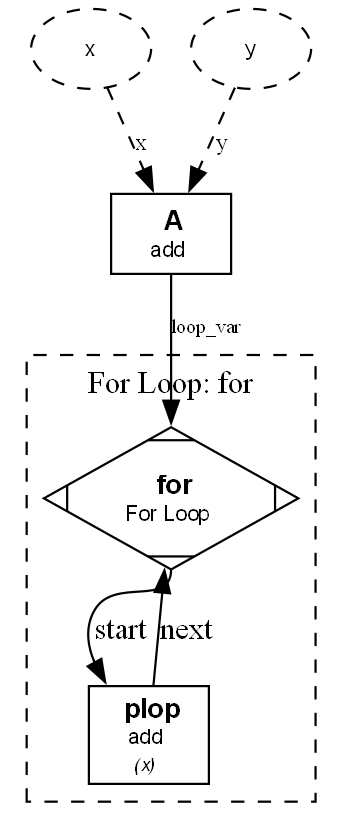
Above: examples/pipeline_example for/pipeline_example_for.png in centralelyon/pipeoptz (Graphviz), before the change. Its source is kept beside it as examples/pipeline_example for/pipeline_example_for.dot.
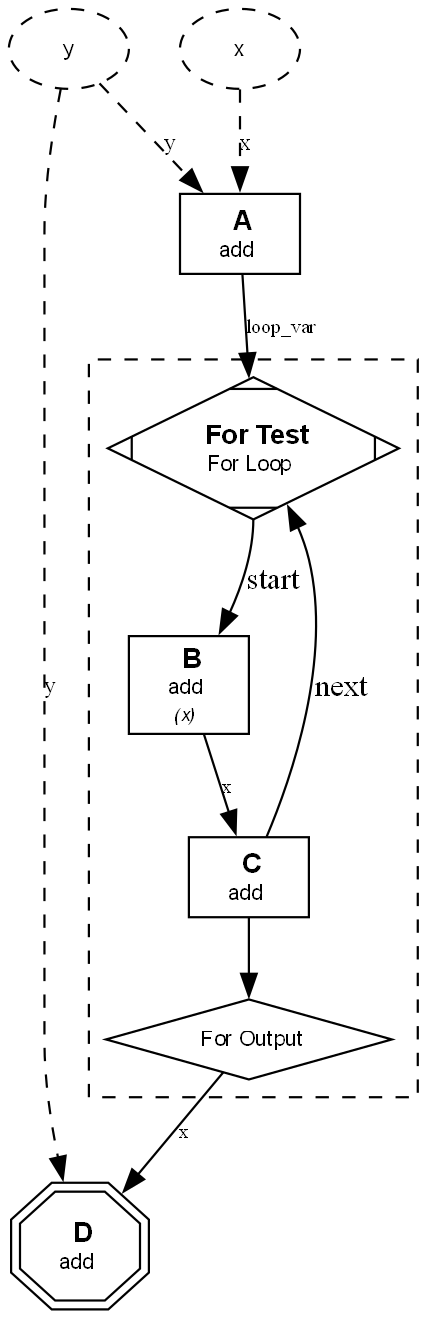
Above is the later version.

Change to the diagram source:
```diff
@@ -2,25 +2,31 @@
   rankdir=TB;
   node [fontsize=12 fontname="Helvetica"];
   "A" [shape=box, label=< <B>A</B><BR/><FONT POINT-SIZE="10">add</FONT> >];
-  subgraph cluster_For Test {
+  subgraph cluster_For_Test {
     style=dashed;
-    label="For Loop: For Test";
-    "For Test" [shape=Mdiamond, label=< <B>For Test</B><BR/><FONT POINT-SIZE="10">For Loop</FONT> >];
+    "For_Test" [shape=Mdiamond, label=< <B>For Test</B><BR/><FONT POINT-SIZE="10">For Loop</FONT> >];
 subgraph Pipeline {
   rankdir=TB;
   node [fontsize=12 fontname="Helvetica"];
-  "For Test_L_B" [shape=box, label=< <B>B</B><BR/><FONT POINT-SIZE="10">add</FONT> <BR/><FONT POINT-SIZE="8"><I>(x)</I></FONT> >];
-  "For Test_L_C" [shape=box, label=< <B>C</B><BR/><FONT POINT-SIZE="10">add</FONT> >];
-  "For Test_L_B" -> "For Test_L_C" [label="x", fontsize=9];
+  "For_Test_L_B" [shape=box, label=< <B>B</B><BR/><FONT POINT-SIZE="10">add</FONT> <BR/><FONT POINT-SIZE="8"><I>(x)</I></FONT> >];
+  "For_Test_L_C" [shape=box, label=< <B>C</B><BR/><FONT POINT-SIZE="10">add</FONT> >];
+  "For_Test_L_B" -> "For_Test_L_C" [label="x", fontsize=9];
 }
-    "For Test" -> "For Test_L_B" [label="start", tailport=s];
-    "For Test_L_C" -> "For Test" [label="next"];
+    "For_Test" -> "For_Test_L_B" [label="start", tailport=s];
+    "For_Test_L_C" -> "For_Test" [label="next"];
+    "For_Test_output" [shape=diamond, label=< <FONT POINT-SIZE="10"> For Output</FONT> >];
+    "For_Test_L_C" -> "For_Test_output";
   }
+  "D" [shape=doubleoctagon, label=< <B>D</B><BR/><FONT POINT-SIZE="10">add</FONT> >];
   { rank=source; "params_x"; }
   "params_x" [shape=ellipse, style=dashed, label=< <FONT POINT-SIZE="10">x</FONT> >];
   "params_x" -> "A" [label="x", fontsize=10, style=dashed];
   { rank=source; "params_y"; }
   "params_y" [shape=ellipse, style=dashed, label=< <FONT POINT-SIZE="10">y</FONT> >];
   "params_y" -> "A" [label="y", fontsize=10, style=dashed];
-  "A" -> "For Test" [label="loop_var", fontsize=9];
+  "A" -> "For_Test" [label="loop_var", fontsize=9];
+  "For_Test_output" -> "D" [label="x", fontsize=9];
+  { rank=source; "params_y"; }
+  "params_y" [shape=ellipse, style=dashed, label=< <FONT POINT-SIZE="10">y</FONT> >];
+  "params_y" -> "D" [label="y", fontsize=10, style=dashed];
 }
```
